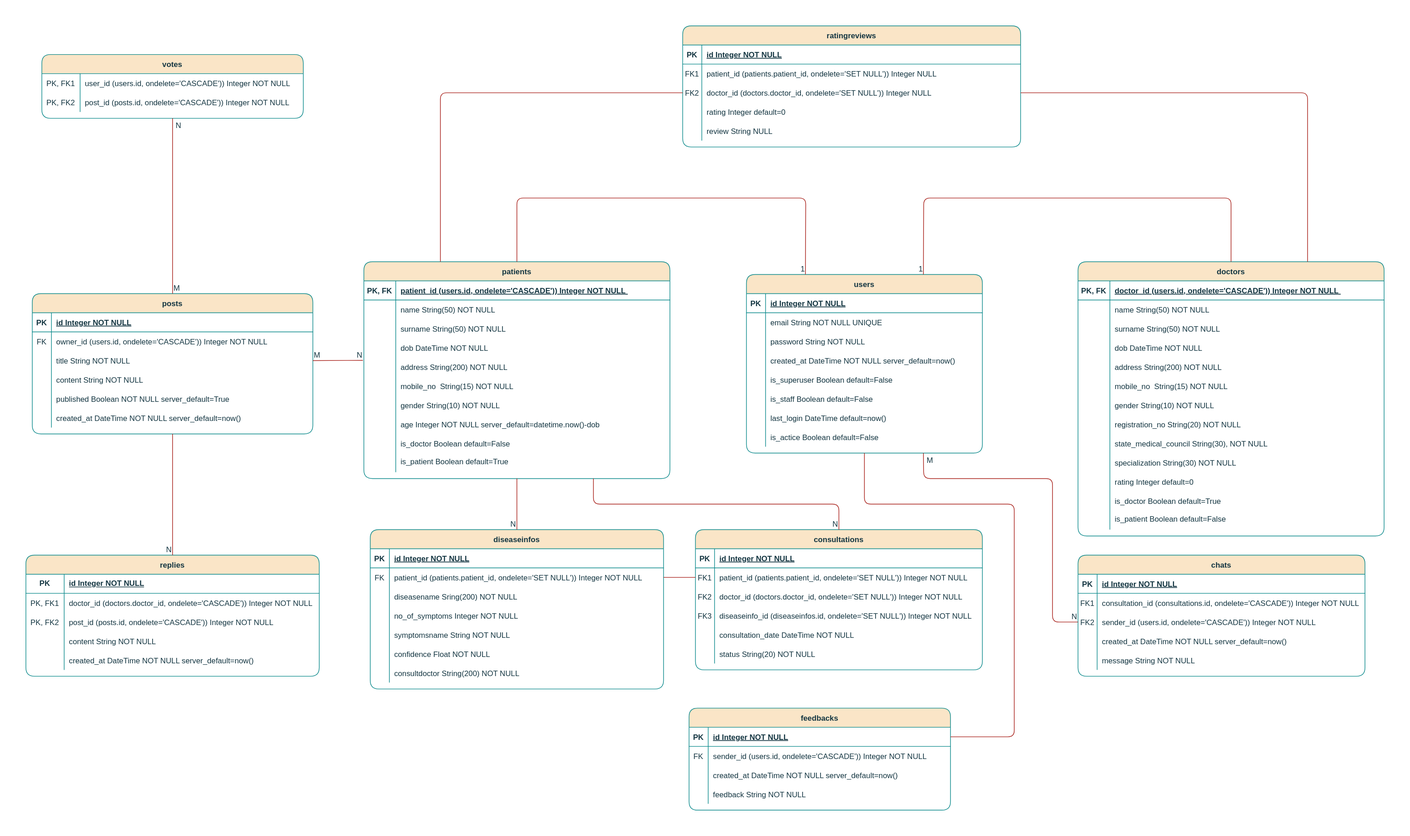
The draw.io diagram project-Diagramns/database-erd-diagramn-healthconnect.drawio.svg in TebogoYungMercykay/Python_API_Development_Booth_FASTAPI, before a commit. Source tidied: cells renumbered, new cells last; positions are measured from the earlier drawing's top-left corner, leaving out a move shared by most shapes.
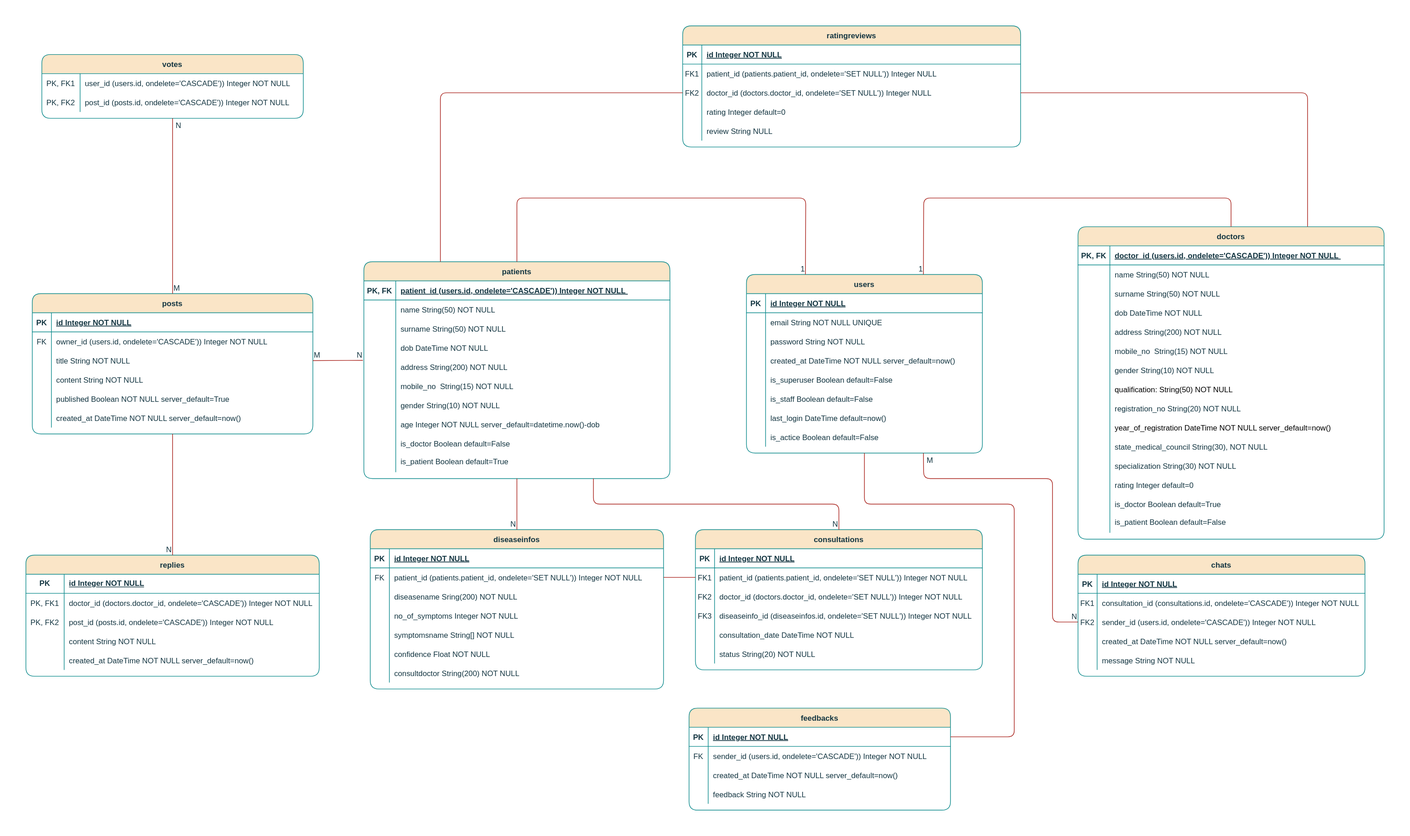
Later version of the same file.

Commit message:
The Python FastAPI Implementation Files

The edit, as a diff of the source:
```diff
@@ -266,7 +266,7 @@
     <mxCell id="89" style="shape=partialRectangle;fillColor=none;top=0;left=0;bottom=0;right=0;overflow=hidden;rounded=1;strokeColor=#0F8B8D;fontColor=#143642;" parent="88" vertex="1">
       <mxGeometry width="30" height="30" as="geometry" />
     </mxCell>
-    <mxCell id="90" value="symptomsname String NOT NULL" style="shape=partialRectangle;fillColor=none;top=0;left=0;bottom=0;right=0;align=left;spacingLeft=6;overflow=hidden;rounded=1;strokeColor=#0F8B8D;fontColor=#143642;" parent="88" vertex="1">
+    <mxCell id="90" value="symptomsname String[] NOT NULL" style="shape=partialRectangle;fillColor=none;top=0;left=0;bottom=0;right=0;align=left;spacingLeft=6;overflow=hidden;rounded=1;strokeColor=#0F8B8D;fontColor=#143642;" parent="88" vertex="1">
       <mxGeometry x="30" width="430" height="30" as="geometry" />
     </mxCell>
     <mxCell id="91" style="shape=tableRow;horizontal=0;startSize=0;swimlaneHead=0;swimlaneBody=0;fillColor=none;top=0;left=0;right=0;bottom=0;rounded=1;strokeColor=#0F8B8D;fontColor=#143642;" parent="75" vertex="1">
@@ -366,7 +366,7 @@
       <mxGeometry x="60" width="350" height="30" as="geometry" />
     </mxCell>
     <mxCell id="123" value="doctors" style="shape=table;startSize=30;rowLines=0;fontStyle=1;align=center;labelBackgroundColor=none;fillColor=#FAE5C7;strokeColor=#0F8B8D;fontColor=#143642;rounded=1;" parent="1" vertex="1">
-      <mxGeometry x="1650" y="370" width="480" height="430" as="geometry" />
+      <mxGeometry x="1650" y="315" width="480" height="490" as="geometry" />
     </mxCell>
     <mxCell id="124" style="shape=partialRectangle;fillColor=none;top=0;left=0;right=0;bottom=1;labelBackgroundColor=none;strokeColor=#0F8B8D;fontColor=#143642;rounded=1;" parent="123" vertex="1">
       <mxGeometry y="30" width="480" height="30" as="geometry" />
@@ -431,8 +431,17 @@
     <mxCell id="144" value="gender String(10) NOT NULL" style="shape=partialRectangle;fillColor=none;top=0;left=0;bottom=0;right=0;align=left;spacingLeft=6;overflow=hidden;labelBackgroundColor=none;strokeColor=#0F8B8D;fontColor=#143642;rounded=1;" parent="142" vertex="1">
       <mxGeometry x="50" width="430" height="30" as="geometry" />
     </mxCell>
+    <mxCell id="249" style="shape=tableRow;horizontal=0;startSize=0;swimlaneHead=0;swimlaneBody=0;fillColor=none;top=0;left=0;right=0;bottom=0;" parent="123" vertex="1">
+      <mxGeometry y="240" width="480" height="30" as="geometry" />
+    </mxCell>
+    <mxCell id="250" style="shape=partialRectangle;fillColor=none;top=0;left=0;bottom=0;right=0;overflow=hidden;" parent="249" vertex="1">
+      <mxGeometry width="50" height="30" as="geometry" />
+    </mxCell>
+    <mxCell id="251" value="qualification: String(50) NOT NULL" style="shape=partialRectangle;fillColor=none;top=0;left=0;bottom=0;right=0;align=left;spacingLeft=6;overflow=hidden;" parent="249" vertex="1">
+      <mxGeometry x="50" width="430" height="30" as="geometry" />
+    </mxCell>
     <mxCell id="145" style="shape=tableRow;horizontal=0;startSize=0;swimlaneHead=0;swimlaneBody=0;fillColor=none;top=0;left=0;right=0;bottom=0;labelBackgroundColor=none;strokeColor=#0F8B8D;fontColor=#143642;rounded=1;" parent="123" vertex="1">
-      <mxGeometry y="240" width="480" height="30" as="geometry" />
+      <mxGeometry y="270" width="480" height="30" as="geometry" />
     </mxCell>
     <mxCell id="146" style="shape=partialRectangle;fillColor=none;top=0;left=0;bottom=0;right=0;overflow=hidden;labelBackgroundColor=none;strokeColor=#0F8B8D;fontColor=#143642;rounded=1;" parent="145" vertex="1">
       <mxGeometry width="50" height="30" as="geometry" />
@@ -440,8 +449,17 @@
     <mxCell id="147" value="registration_no String(20) NOT NULL" style="shape=partialRectangle;fillColor=none;top=0;left=0;bottom=0;right=0;align=left;spacingLeft=6;overflow=hidden;labelBackgroundColor=none;strokeColor=#0F8B8D;fontColor=#143642;rounded=1;" parent="145" vertex="1">
       <mxGeometry x="50" width="430" height="30" as="geometry" />
     </mxCell>
+    <mxCell id="252" style="shape=tableRow;horizontal=0;startSize=0;swimlaneHead=0;swimlaneBody=0;fillColor=none;top=0;left=0;right=0;bottom=0;" parent="123" vertex="1">
+      <mxGeometry y="300" width="480" height="30" as="geometry" />
+    </mxCell>
+    <mxCell id="253" style="shape=partialRectangle;fillColor=none;top=0;left=0;bottom=0;right=0;overflow=hidden;" parent="252" vertex="1">
+      <mxGeometry width="50" height="30" as="geometry" />
+    </mxCell>
+    <mxCell id="254" value="year_of_registration DateTime NOT NULL server_default=now()" style="shape=partialRectangle;fillColor=none;top=0;left=0;bottom=0;right=0;align=left;spacingLeft=6;overflow=hidden;" parent="252" vertex="1">
+      <mxGeometry x="50" width="430" height="30" as="geometry" />
+    </mxCell>
     <mxCell id="148" style="shape=tableRow;horizontal=0;startSize=0;swimlaneHead=0;swimlaneBody=0;fillColor=none;top=0;left=0;right=0;bottom=0;labelBackgroundColor=none;strokeColor=#0F8B8D;fontColor=#143642;rounded=1;" parent="123" vertex="1">
-      <mxGeometry y="270" width="480" height="30" as="geometry" />
+      <mxGeometry y="330" width="480" height="30" as="geometry" />
     </mxCell>
     <mxCell id="149" style="shape=partialRectangle;fillColor=none;top=0;left=0;bottom=0;right=0;overflow=hidden;labelBackgroundColor=none;strokeColor=#0F8B8D;fontColor=#143642;rounded=1;" parent="148" vertex="1">
       <mxGeometry width="50" height="30" as="geometry" />
@@ -450,7 +468,7 @@
       <mxGeometry x="50" width="430" height="30" as="geometry" />
     </mxCell>
     <mxCell id="151" style="shape=tableRow;horizontal=0;startSize=0;swimlaneHead=0;swimlaneBody=0;fillColor=none;top=0;left=0;right=0;bottom=0;labelBackgroundColor=none;strokeColor=#0F8B8D;fontColor=#143642;rounded=1;" parent="123" vertex="1">
-      <mxGeometry y="300" width="480" height="30" as="geometry" />
+      <mxGeometry y="360" width="480" height="30" as="geometry" />
     </mxCell>
     <mxCell id="152" style="shape=partialRectangle;fillColor=none;top=0;left=0;bottom=0;right=0;overflow=hidden;labelBackgroundColor=none;strokeColor=#0F8B8D;fontColor=#143642;rounded=1;" parent="151" vertex="1">
       <mxGeometry width="50" height="30" as="geometry" />
@@ -459,7 +477,7 @@
       <mxGeometry x="50" width="430" height="30" as="geometry" />
     </mxCell>
     <mxCell id="154" style="shape=tableRow;horizontal=0;startSize=0;swimlaneHead=0;swimlaneBody=0;fillColor=none;top=0;left=0;right=0;bottom=0;labelBackgroundColor=none;strokeColor=#0F8B8D;fontColor=#143642;rounded=1;" parent="123" vertex="1">
-      <mxGeometry y="330" width="480" height="30" as="geometry" />
+      <mxGeometry y="390" width="480" height="30" as="geometry" />
     </mxCell>
     <mxCell id="155" style="shape=partialRectangle;fillColor=none;top=0;left=0;bottom=0;right=0;overflow=hidden;labelBackgroundColor=none;strokeColor=#0F8B8D;fontColor=#143642;rounded=1;" parent="154" vertex="1">
       <mxGeometry width="50" height="30" as="geometry" />
@@ -468,7 +486,7 @@
       <mxGeometry x="50" width="430" height="30" as="geometry" />
     </mxCell>
     <mxCell id="157" style="shape=partialRectangle;fillColor=none;top=0;left=0;right=0;bottom=0;labelBackgroundColor=none;strokeColor=#0F8B8D;fontColor=#143642;rounded=1;" parent="123" vertex="1">
-      <mxGeometry y="360" width="480" height="30" as="geometry" />
+      <mxGeometry y="420" width="480" height="30" as="geometry" />
     </mxCell>
     <mxCell id="158" style="shape=partialRectangle;overflow=hidden;fillColor=none;top=0;left=0;bottom=0;right=0;labelBackgroundColor=none;strokeColor=#0F8B8D;fontColor=#143642;rounded=1;" parent="157" vertex="1">
       <mxGeometry width="50" height="30" as="geometry" />
@@ -477,7 +495,7 @@
       <mxGeometry x="50" width="430" height="30" as="geometry" />
     </mxCell>
     <mxCell id="160" style="shape=tableRow;horizontal=0;startSize=0;swimlaneHead=0;swimlaneBody=0;fillColor=none;top=0;left=0;right=0;bottom=0;labelBackgroundColor=none;strokeColor=#0F8B8D;fontColor=#143642;rounded=1;" parent="123" vertex="1">
-      <mxGeometry y="390" width="480" height="30" as="geometry" />
+      <mxGeometry y="450" width="480" height="30" as="geometry" />
     </mxCell>
     <mxCell id="161" style="shape=partialRectangle;fillColor=none;top=0;left=0;bottom=0;right=0;overflow=hidden;labelBackgroundColor=none;strokeColor=#0F8B8D;fontColor=#143642;rounded=1;" parent="160" vertex="1">
       <mxGeometry width="50" height="30" as="geometry" />
```
